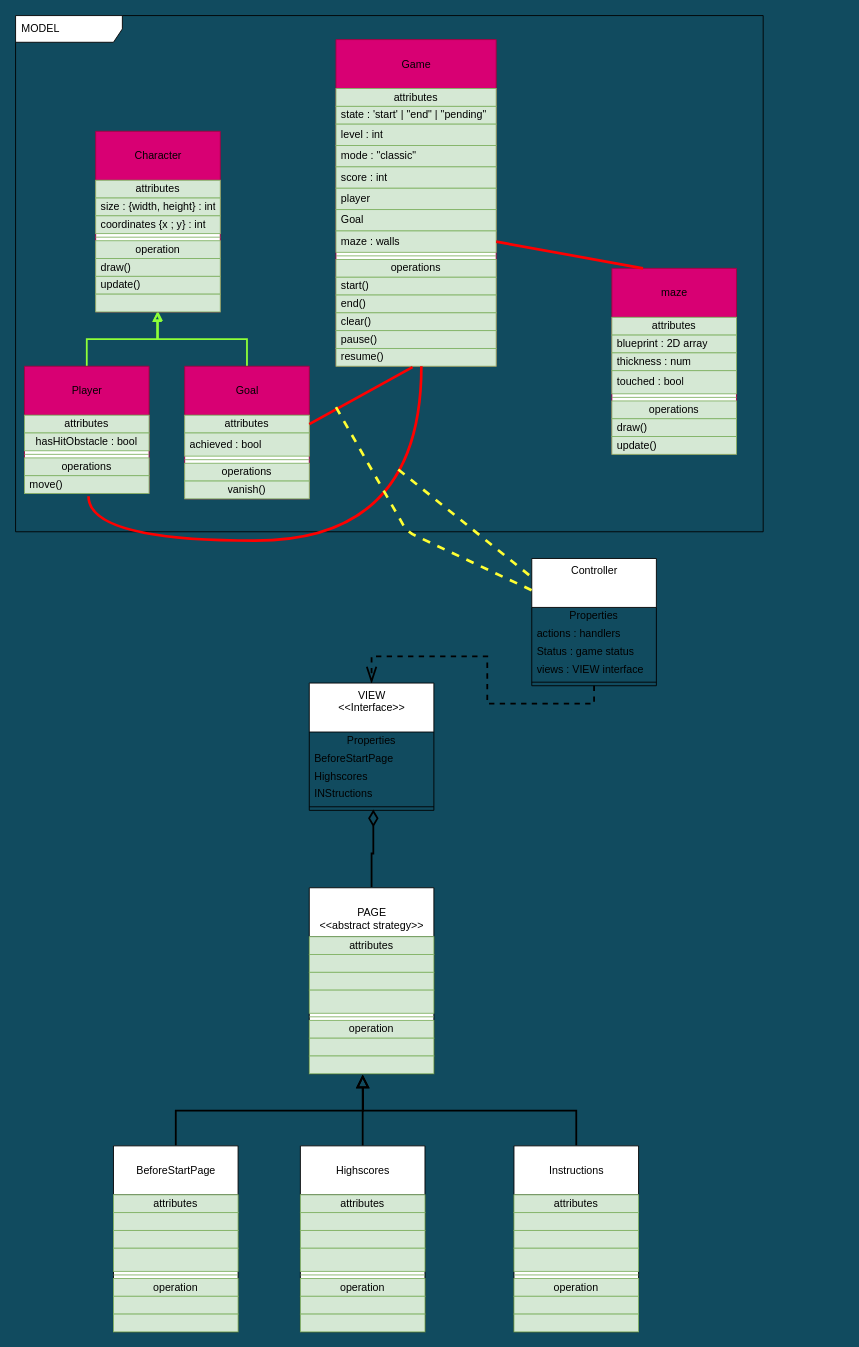
The draw.io diagram page "the maze class diagram" (2 of 4) of Maze game.drawio in Mizou04/maze, before the edit. Source tidied: cells renumbered, new cells numbered last; positions are measured from the earlier drawing's top-left corner, leaving out a move shared by most shapes. Both pictures are drawn from the tidied source at 89%, with x=0, y=0 at pixel (15, 15).
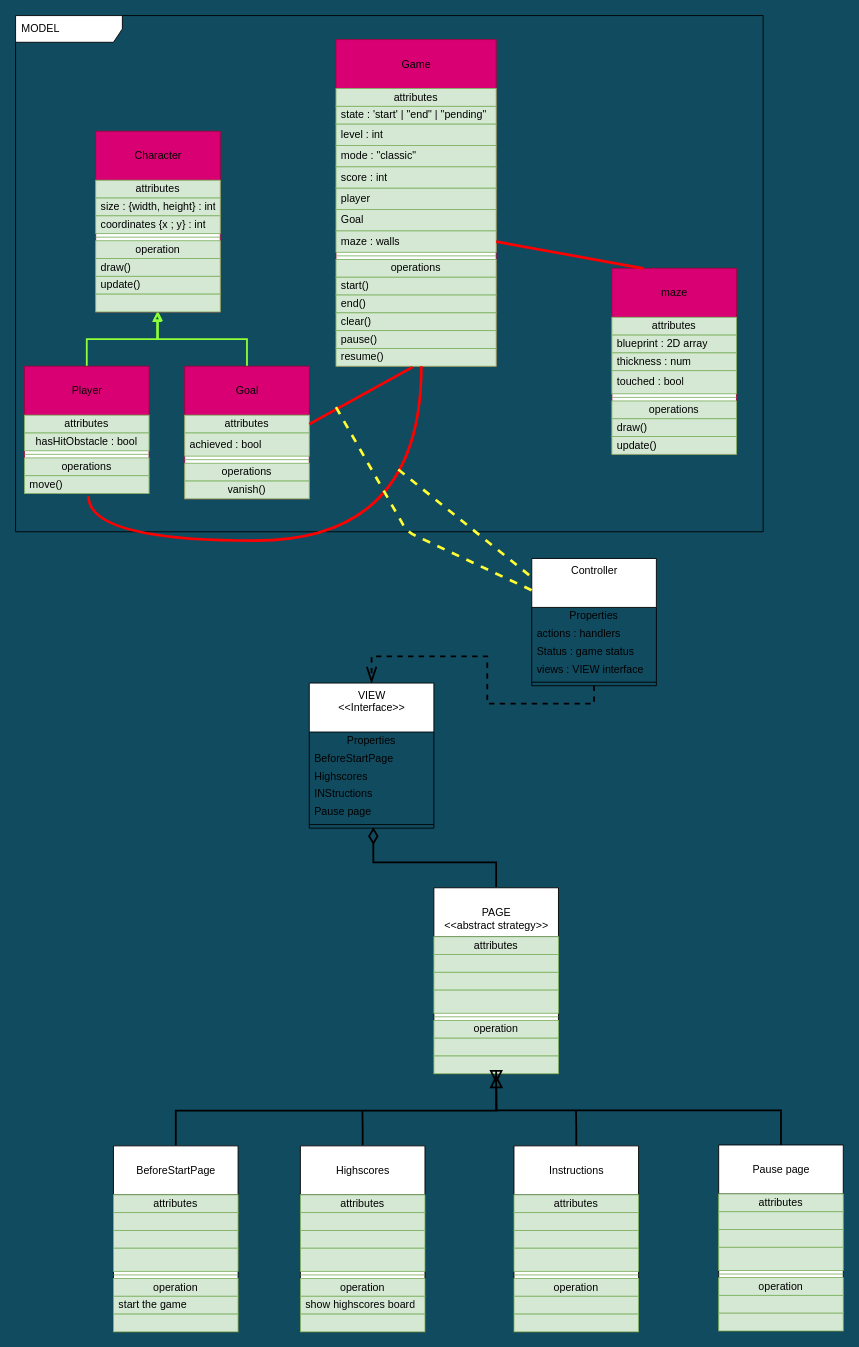
Above is the later version.

Unchanged cells that the change refers to:
```xml
<mxCell id="70" value="&lt;br&gt;Instructions" style="swimlane;fontStyle=0;align=center;verticalAlign=top;horizontal=1;startSize=55;html=1;rounded=0;sketch=0;swimlaneFillColor=#ffffff;" parent="1" vertex="1">
  <mxGeometry x="560" y="1270" width="140" height="209" as="geometry" />
</mxCell>
<mxCell id="80" value="&lt;br&gt;Highscores" style="swimlane;fontStyle=0;align=center;verticalAlign=top;horizontal=1;startSize=55;html=1;rounded=0;sketch=0;swimlaneFillColor=#ffffff;" parent="1" vertex="1">
  <mxGeometry x="320" y="1270" width="140" height="209" as="geometry" />
</mxCell>
<mxCell id="90" value="&lt;br&gt;BeforeStartPage" style="swimlane;fontStyle=0;align=center;verticalAlign=top;horizontal=1;startSize=55;html=1;rounded=0;sketch=0;swimlaneFillColor=#ffffff;" parent="1" vertex="1">
  <mxGeometry x="110" y="1270" width="140" height="209" as="geometry" />
</mxCell>
```

Change to the diagram source:
```diff
@@
     <mxCell id="63" value="VIEW&lt;br&gt;&amp;lt;&amp;lt;Interface&amp;gt;&amp;gt;" style="swimlane;fontStyle=0;align=center;verticalAlign=top;horizontal=1;startSize=55;html=1;" parent="1" vertex="1">
-      <mxGeometry x="330" y="750" width="140" height="143" as="geometry" />
+      <mxGeometry x="330" y="750" width="140" height="163" as="geometry" />
     </mxCell>
@@
+    <mxCell id="109" value="Pause page" style="text;html=1;strokeColor=none;fillColor=none;align=left;verticalAlign=middle;spacingLeft=4;spacingRight=4;overflow=hidden;" parent="63" vertex="1">
+      <mxGeometry y="135" width="140" height="20" as="geometry" />
+    </mxCell>
     <mxCell id="68" style="line;strokeWidth=1;fillColor=none;align=left;verticalAlign=middle;spacingTop=-1;spacingLeft=3;spacingRight=3;labelPosition=right;points=[];portConstraint=eastwest;" parent="63" vertex="1">
-      <mxGeometry y="135" width="140" height="8" as="geometry" />
+      <mxGeometry y="155" width="140" height="8" as="geometry" />
     </mxCell>
-    <mxCell id="69" style="edgeStyle=orthogonalEdgeStyle;rounded=0;jettySize=auto;html=1;exitX=0.5;exitY=0;exitDx=0;exitDy=0;endArrow=block;endFill=0;startSize=3;endSize=10;sourcePerimeterSpacing=1;targetPerimeterSpacing=1;strokeWidth=2;" parent="1" edge="1" source="70">
-      <mxGeometry relative="1" as="geometry">
-        <mxPoint x="390" y="1190" as="targetPoint" />
-      </mxGeometry>
-    </mxCell>
+    <mxCell id="110" style="edgeStyle=orthogonalEdgeStyle;rounded=0;jettySize=auto;html=1;exitX=0.5;exitY=0;exitDx=0;exitDy=0;endArrow=none;endFill=0;startSize=3;endSize=14;sourcePerimeterSpacing=1;targetPerimeterSpacing=1;strokeWidth=2;" parent="1" edge="1" source="70">
+      <mxGeometry relative="1" as="geometry">
+        <mxPoint x="629.7" y="1230" as="targetPoint" />
+      </mxGeometry>
+    </mxCell>
@@
-    <mxCell id="79" style="edgeStyle=orthogonalEdgeStyle;rounded=0;jettySize=auto;html=1;exitX=0.5;exitY=0;exitDx=0;exitDy=0;endArrow=block;endFill=0;startSize=3;endSize=10;sourcePerimeterSpacing=1;targetPerimeterSpacing=1;strokeWidth=2;" parent="1" edge="1" source="80">
-      <mxGeometry relative="1" as="geometry">
-        <mxPoint x="390" y="1190" as="targetPoint" />
-        <Array as="points">
-          <mxPoint x="390" y="1250" />
-          <mxPoint x="390" y="1250" />
-        </Array>
-      </mxGeometry>
-    </mxCell>
+    <mxCell id="111" style="edgeStyle=orthogonalEdgeStyle;rounded=0;jettySize=auto;html=1;exitX=0.5;exitY=0;exitDx=0;exitDy=0;endArrow=none;endFill=0;startSize=3;endSize=14;sourcePerimeterSpacing=1;targetPerimeterSpacing=1;strokeWidth=2;" parent="1" edge="1" source="80">
+      <mxGeometry relative="1" as="geometry">
+        <mxPoint x="389.7" y="1230" as="targetPoint" />
+      </mxGeometry>
+    </mxCell>
@@
-    <mxCell id="87" style="text;html=1;align=left;verticalAlign=middle;spacingLeft=4;spacingRight=4;overflow=hidden;fillColor=#d5e8d4;strokeColor=#82b366;fontColor=#000000;" parent="80" vertex="1">
+    <mxCell id="87" value="show highscores board" style="text;html=1;align=left;verticalAlign=middle;spacingLeft=4;spacingRight=4;overflow=hidden;fillColor=#d5e8d4;strokeColor=#82b366;fontColor=#000000;" parent="80" vertex="1">
       <mxGeometry y="169" width="140" height="20" as="geometry" />
     </mxCell>
@@
     <mxCell id="89" style="edgeStyle=orthogonalEdgeStyle;rounded=0;jettySize=auto;html=1;exitX=0.5;exitY=0;exitDx=0;exitDy=0;endArrow=block;endFill=0;startSize=3;endSize=10;sourcePerimeterSpacing=1;targetPerimeterSpacing=1;strokeWidth=2;" parent="1" edge="1" source="90">
       <mxGeometry relative="1" as="geometry">
-        <mxPoint x="390" y="1190" as="targetPoint" />
+        <mxPoint x="540" y="1190" as="targetPoint" />
       </mxGeometry>
     </mxCell>
@@
-    <mxCell id="97" style="text;html=1;align=left;verticalAlign=middle;spacingLeft=4;spacingRight=4;overflow=hidden;fillColor=#d5e8d4;strokeColor=#82b366;fontColor=#000000;" parent="90" vertex="1">
+    <mxCell id="97" value="start the game" style="text;html=1;align=left;verticalAlign=middle;spacingLeft=4;spacingRight=4;overflow=hidden;fillColor=#d5e8d4;strokeColor=#82b366;fontColor=#000000;" parent="90" vertex="1">
       <mxGeometry y="169" width="140" height="20" as="geometry" />
     </mxCell>
@@
     <mxCell id="100" value="&lt;br&gt;PAGE&lt;br&gt;&amp;lt;&amp;lt;abstract strategy&amp;gt;&amp;gt;" style="swimlane;fontStyle=0;align=center;verticalAlign=top;horizontal=1;startSize=55;html=1;rounded=0;sketch=0;swimlaneFillColor=#ffffff;" parent="1" vertex="1">
-      <mxGeometry x="330" y="980" width="140" height="209" as="geometry" />
+      <mxGeometry x="470" y="980" width="140" height="209" as="geometry" />
     </mxCell>
@@
+    <mxCell id="112" style="edgeStyle=orthogonalEdgeStyle;rounded=0;jettySize=auto;html=1;exitX=0.5;exitY=0;exitDx=0;exitDy=0;endArrow=block;endFill=0;startSize=3;endSize=10;sourcePerimeterSpacing=1;targetPerimeterSpacing=1;strokeWidth=2;" parent="1" edge="1" source="113">
+      <mxGeometry relative="1" as="geometry">
+        <mxPoint x="540" y="1200" as="targetPoint" />
+        <Array as="points">
+          <mxPoint x="860" y="1230" />
+          <mxPoint x="540" y="1230" />
+          <mxPoint x="540" y="1192" />
+        </Array>
+      </mxGeometry>
+    </mxCell>
+    <mxCell id="113" value="&lt;br&gt;Pause page" style="swimlane;fontStyle=0;align=center;verticalAlign=top;horizontal=1;startSize=55;html=1;rounded=0;sketch=0;swimlaneFillColor=#ffffff;" parent="1" vertex="1">
+      <mxGeometry x="790" y="1269" width="140" height="209" as="geometry" />
+    </mxCell>
+    <mxCell id="114" value="attributes" style="text;html=1;align=center;verticalAlign=middle;spacingLeft=4;spacingRight=4;overflow=hidden;fillColor=#d5e8d4;strokeColor=#82b366;fontColor=#000000;" parent="113" vertex="1">
+      <mxGeometry y="55" width="140" height="20" as="geometry" />
+    </mxCell>
+    <mxCell id="115" value="&lt;br&gt;" style="text;html=1;align=left;verticalAlign=middle;spacingLeft=4;spacingRight=4;overflow=hidden;fillColor=#d5e8d4;strokeColor=#82b366;fontColor=#000000;" parent="113" vertex="1">
+      <mxGeometry y="75" width="140" height="20" as="geometry" />
+    </mxCell>
+    <mxCell id="116" style="text;html=1;align=left;verticalAlign=middle;spacingLeft=4;spacingRight=4;overflow=hidden;fillColor=#d5e8d4;strokeColor=#82b366;fontColor=#000000;" parent="113" vertex="1">
+      <mxGeometry y="95" width="140" height="20" as="geometry" />
+    </mxCell>
+    <mxCell id="117" style="text;html=1;align=left;verticalAlign=middle;spacingLeft=4;spacingRight=4;overflow=hidden;fillColor=#d5e8d4;strokeColor=#82b366;fontColor=#000000;" parent="113" vertex="1">
+      <mxGeometry y="115" width="140" height="26" as="geometry" />
+    </mxCell>
+    <mxCell id="118" style="line;strokeWidth=1;align=left;verticalAlign=middle;spacingTop=-1;spacingLeft=3;spacingRight=3;labelPosition=right;fillColor=#d5e8d4;strokeColor=#82b366;fontColor=#000000;" parent="113" vertex="1">
+      <mxGeometry y="141" width="140" height="8" as="geometry" />
+    </mxCell>
+    <mxCell id="119" value="operation" style="text;html=1;align=center;verticalAlign=middle;spacingLeft=4;spacingRight=4;overflow=hidden;fillColor=#d5e8d4;strokeColor=#82b366;fontColor=#000000;" parent="113" vertex="1">
+      <mxGeometry y="149" width="140" height="20" as="geometry" />
+    </mxCell>
+    <mxCell id="120" style="text;html=1;align=left;verticalAlign=middle;spacingLeft=4;spacingRight=4;overflow=hidden;fillColor=#d5e8d4;strokeColor=#82b366;fontColor=#000000;" parent="113" vertex="1">
+      <mxGeometry y="169" width="140" height="20" as="geometry" />
+    </mxCell>
+    <mxCell id="121" style="text;html=1;align=left;verticalAlign=middle;spacingLeft=4;spacingRight=4;overflow=hidden;fillColor=#d5e8d4;strokeColor=#82b366;fontColor=#000000;" parent="113" vertex="1">
+      <mxGeometry y="189" width="140" height="20" as="geometry" />
+    </mxCell>
```
